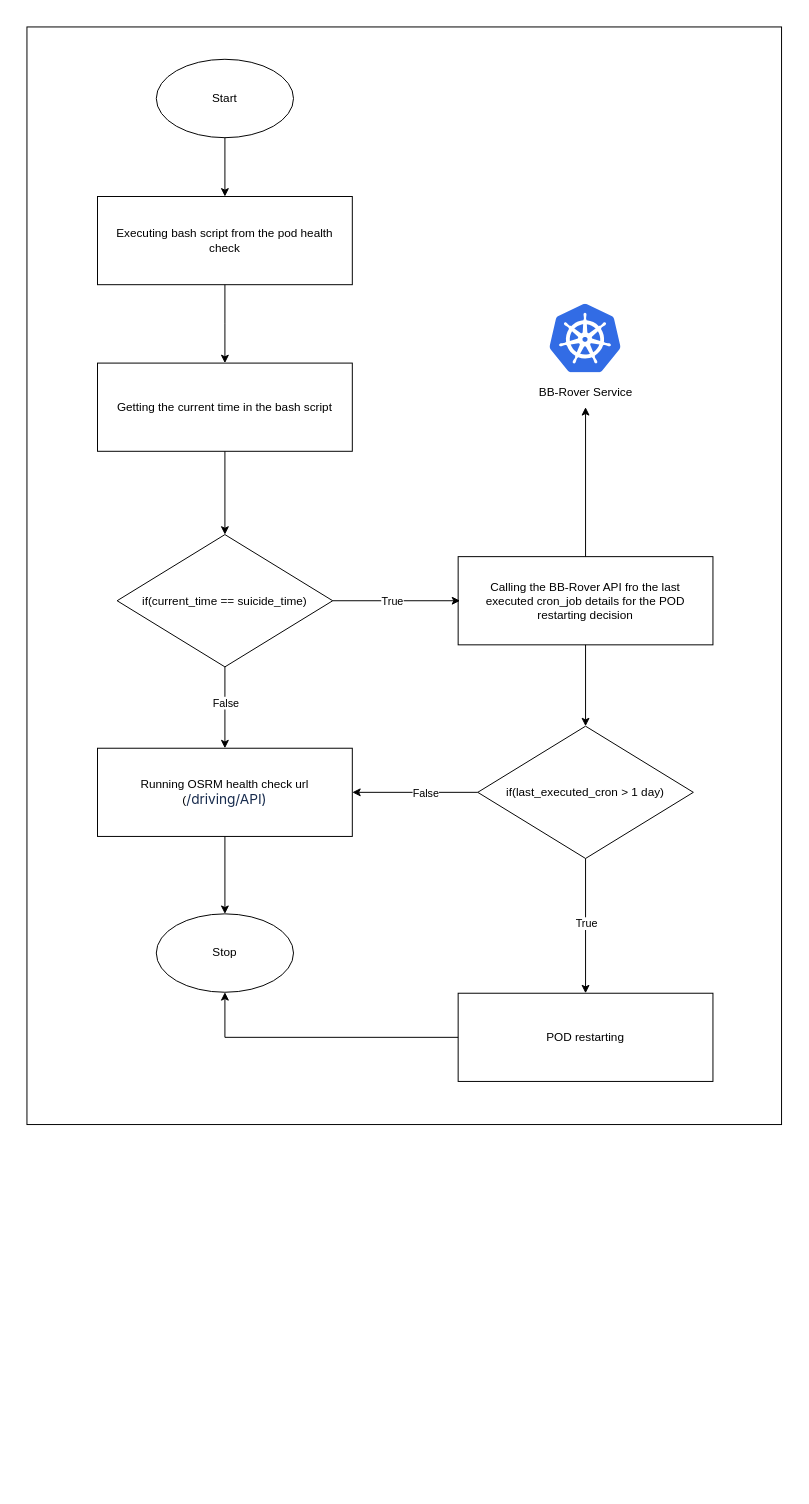
bb-midhunps/diagrams keeps this draw.io diagram as new_osrm_restart.drawio. Above is the earlier version. Source tidied: cells renumbered, new cells numbered last; positions are measured from the earlier drawing's top-left corner, leaving out a move shared by most shapes. Both pictures are drawn from the tidied source at 98%, with x=0, y=0 at pixel (26, 26).
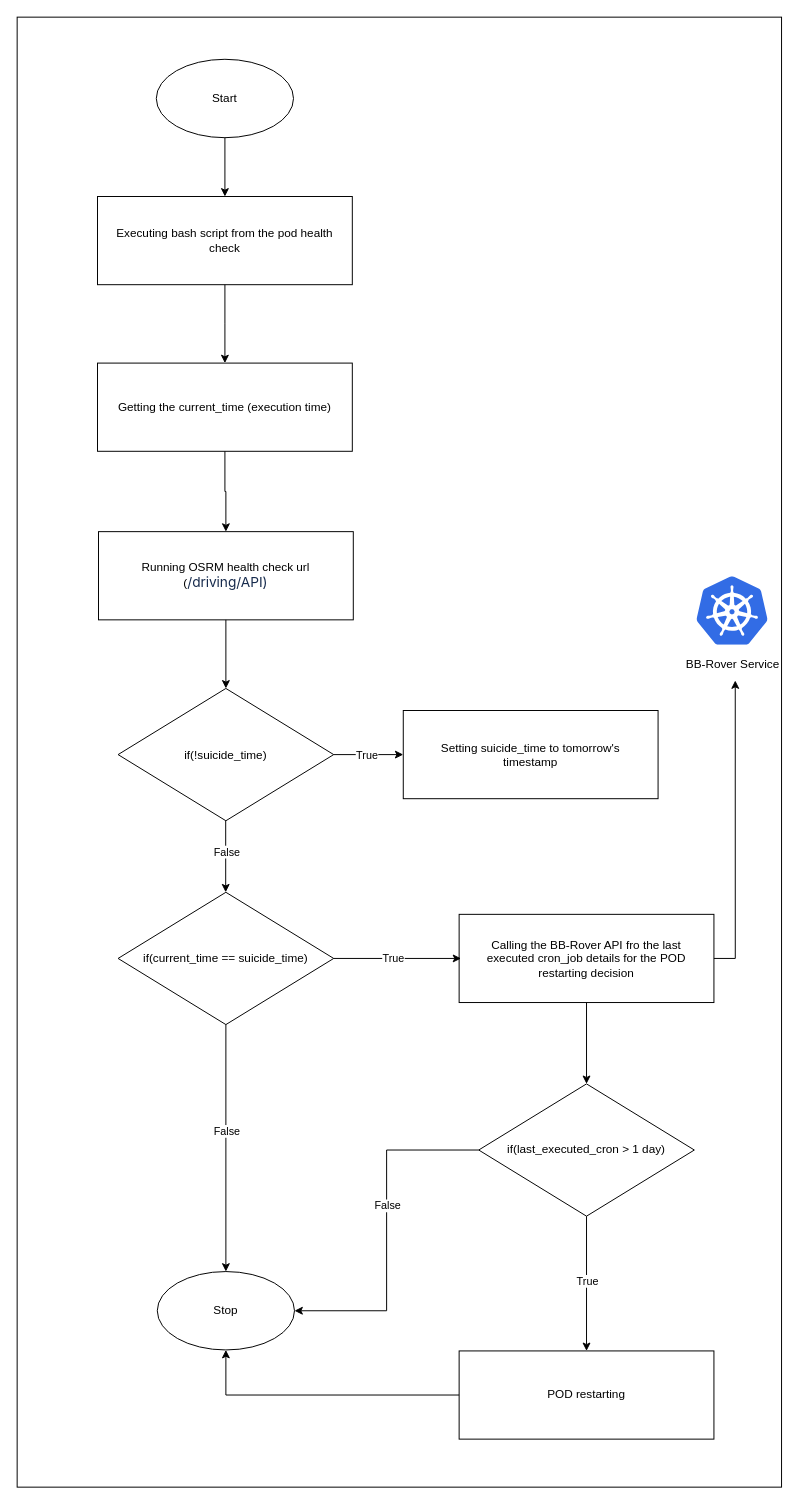
The same page after the edit.

The change refers to these unchanged cells:
```xml
<mxCell id="9" style="whiteSpace=wrap;html=1;fillColor=none;" parent="1" vertex="1">
  <mxGeometry x="72" y="343" width="260" height="90" as="geometry" />
</mxCell>
```

What changed in the source:
```diff
@@
-    <mxCell id="2" style="rounded=0;whiteSpace=wrap;html=1;fillColor=none;" parent="1" vertex="1">
-      <mxGeometry width="770" height="1120" as="geometry" />
-    </mxCell>
+    <mxCell id="34" style="rounded=0;whiteSpace=wrap;html=1;fillColor=none;" parent="1" vertex="1">
+      <mxGeometry x="-10" y="-10" width="780" height="1500" as="geometry" />
+    </mxCell>
@@
-    <mxCell id="8" style="edgeStyle=orthogonalEdgeStyle;rounded=0;jettySize=auto;html=1;" parent="1" edge="1" source="9" target="15">
-      <mxGeometry relative="1" as="geometry" />
-    </mxCell>
+    <mxCell id="35" style="edgeStyle=orthogonalEdgeStyle;rounded=0;jettySize=auto;html=1;exitX=0.5;exitY=1;exitDx=0;exitDy=0;" parent="1" edge="1" source="9" target="44">
+      <mxGeometry relative="1" as="geometry" />
+    </mxCell>
@@
-    <mxCell id="10" value="Getting the current time in the bash script" style="text;html=1;align=center;verticalAlign=middle;whiteSpace=wrap;rounded=0;" parent="1" vertex="1">
+    <mxCell id="10" value="Getting the current_time (execution time)" style="text;html=1;align=center;verticalAlign=middle;whiteSpace=wrap;rounded=0;" parent="1" vertex="1">
       <mxGeometry x="82" y="353" width="240" height="70" as="geometry" />
     </mxCell>
     <mxCell id="11" style="edgeStyle=orthogonalEdgeStyle;rounded=0;jettySize=auto;html=1;" parent="1" edge="1" source="15">
       <mxGeometry relative="1" as="geometry">
-        <mxPoint x="442" y="585.5" as="targetPoint" />
+        <mxPoint x="443" y="950.5" as="targetPoint" />
       </mxGeometry>
     </mxCell>
@@
-    <mxCell id="13" style="edgeStyle=orthogonalEdgeStyle;rounded=0;jettySize=auto;html=1;exitX=0.5;exitY=1;exitDx=0;exitDy=0;entryX=0.5;entryY=0;entryDx=0;entryDy=0;" parent="1" edge="1" source="15" target="32">
+    <mxCell id="13" style="edgeStyle=orthogonalEdgeStyle;rounded=0;jettySize=auto;html=1;exitX=0.5;exitY=1;exitDx=0;exitDy=0;entryX=0.5;entryY=0;entryDx=0;entryDy=0;" parent="1" edge="1" source="15" target="22">
       <mxGeometry relative="1" as="geometry" />
     </mxCell>
@@
     <mxCell id="15" value="if(current_time == suicide_time)" style="rhombus;whiteSpace=wrap;html=1;fillColor=none;" parent="1" vertex="1">
-      <mxGeometry x="92" y="518" width="220" height="135" as="geometry" />
+      <mxGeometry x="93" y="883" width="220" height="135" as="geometry" />
     </mxCell>
     <mxCell id="16" style="image;sketch=0;html=1;align=center;fontSize=12;image=img/lib/mscae/Kubernetes.svg;" parent="1" vertex="1">
-      <mxGeometry x="533.5" y="283" width="72.9" height="70" as="geometry" />
+      <mxGeometry x="683.5" y="561" width="72.9" height="70" as="geometry" />
     </mxCell>
     <mxCell id="17" value="BB-Rover Service" style="text;html=1;align=center;verticalAlign=middle;points=[];strokeColor=none;fillColor=none;" parent="1" vertex="1">
-      <mxGeometry x="510" y="358" width="120" height="30" as="geometry" />
+      <mxGeometry x="660" y="636" width="120" height="30" as="geometry" />
     </mxCell>
-    <mxCell id="18" style="edgeStyle=orthogonalEdgeStyle;rounded=0;jettySize=auto;html=1;exitX=0.5;exitY=0;exitDx=0;exitDy=0;" parent="1" edge="1" source="20" target="17">
-      <mxGeometry relative="1" as="geometry" />
-    </mxCell>
@@
     <mxCell id="20" style="whiteSpace=wrap;html=1;fillColor=none;" parent="1" vertex="1">
-      <mxGeometry x="440" y="540.5" width="260" height="90" as="geometry" />
+      <mxGeometry x="441" y="905.5" width="260" height="90" as="geometry" />
     </mxCell>
     <mxCell id="21" value="Calling the BB-Rover API fro the last executed cron_job details for the POD restarting decision" style="text;html=1;align=center;verticalAlign=middle;whiteSpace=wrap;rounded=0;" parent="1" vertex="1">
-      <mxGeometry x="450" y="550.5" width="240" height="70" as="geometry" />
+      <mxGeometry x="451" y="915.5" width="240" height="70" as="geometry" />
     </mxCell>
     <mxCell id="22" value="Stop" style="ellipse;whiteSpace=wrap;html=1;fillColor=none;" parent="1" vertex="1">
-      <mxGeometry x="132" y="905" width="140" height="80" as="geometry" />
+      <mxGeometry x="133" y="1270" width="140" height="80" as="geometry" />
     </mxCell>
@@
-    <mxCell id="25" style="edgeStyle=orthogonalEdgeStyle;rounded=0;jettySize=auto;html=1;exitX=0;exitY=0.5;exitDx=0;exitDy=0;entryX=1;entryY=0.5;entryDx=0;entryDy=0;" parent="1" edge="1" source="27" target="32">
+    <mxCell id="25" style="edgeStyle=orthogonalEdgeStyle;rounded=0;jettySize=auto;html=1;exitX=0;exitY=0.5;exitDx=0;exitDy=0;entryX=1;entryY=0.5;entryDx=0;entryDy=0;" parent="1" edge="1" source="27" target="22">
       <mxGeometry relative="1" as="geometry" />
     </mxCell>
@@
     <mxCell id="27" value="if(last_executed_cron &amp;gt; 1 day)" style="rhombus;whiteSpace=wrap;html=1;fillColor=none;" parent="1" vertex="1">
-      <mxGeometry x="460" y="713.5" width="220" height="135" as="geometry" />
+      <mxGeometry x="461" y="1078.5" width="220" height="135" as="geometry" />
     </mxCell>
@@
     <mxCell id="29" style="whiteSpace=wrap;html=1;fillColor=none;" parent="1" vertex="1">
-      <mxGeometry x="440" y="986" width="260" height="90" as="geometry" />
+      <mxGeometry x="441" y="1351" width="260" height="90" as="geometry" />
     </mxCell>
     <mxCell id="30" value="POD restarting" style="text;html=1;align=center;verticalAlign=middle;whiteSpace=wrap;rounded=0;" parent="1" vertex="1">
-      <mxGeometry x="450" y="996" width="240" height="70" as="geometry" />
+      <mxGeometry x="451" y="1361" width="240" height="70" as="geometry" />
     </mxCell>
-    <mxCell id="31" style="edgeStyle=orthogonalEdgeStyle;rounded=0;jettySize=auto;html=1;exitX=0.5;exitY=1;exitDx=0;exitDy=0;entryX=0.5;entryY=0;entryDx=0;entryDy=0;" parent="1" edge="1" source="32" target="22">
-      <mxGeometry relative="1" as="geometry" />
-    </mxCell>
-    <mxCell id="32" style="whiteSpace=wrap;html=1;fillColor=none;" parent="1" vertex="1">
-      <mxGeometry x="72" y="736" width="260" height="90" as="geometry" />
-    </mxCell>
+    <mxCell id="36" style="edgeStyle=orthogonalEdgeStyle;rounded=0;orthogonalLoop=1;jettySize=auto;html=1;exitX=0.5;exitY=1;exitDx=0;exitDy=0;entryX=0.5;entryY=0;entryDx=0;entryDy=0;" parent="1" edge="1">
+      <mxGeometry relative="1" as="geometry">
+        <mxPoint x="202.8" y="810" as="sourcePoint" />
+        <mxPoint x="202.8" y="883" as="targetPoint" />
+      </mxGeometry>
+    </mxCell>
+    <mxCell id="37" value="False" style="edgeLabel;html=1;align=center;verticalAlign=middle;" parent="36" vertex="1">
+      <mxGeometry x="-0.14" y="1" relative="1" as="geometry" />
+    </mxCell>
+    <mxCell id="38" style="edgeStyle=orthogonalEdgeStyle;rounded=0;jettySize=auto;html=1;exitX=1;exitY=0.5;exitDx=0;exitDy=0;entryX=0;entryY=0.5;entryDx=0;entryDy=0;" parent="1" edge="1" source="40" target="41">
+      <mxGeometry relative="1" as="geometry" />
+    </mxCell>
+    <mxCell id="39" value="True" style="edgeLabel;html=1;align=center;verticalAlign=middle;" parent="38" vertex="1">
+      <mxGeometry x="-0.08" relative="1" as="geometry" />
+    </mxCell>
+    <mxCell id="40" value="if(!suicide_time)" style="rhombus;whiteSpace=wrap;html=1;fillColor=none;" parent="1" vertex="1">
+      <mxGeometry x="93" y="675" width="220" height="135" as="geometry" />
+    </mxCell>
+    <mxCell id="41" style="whiteSpace=wrap;html=1;fillColor=none;" parent="1" vertex="1">
+      <mxGeometry x="384" y="697.5" width="260" height="90" as="geometry" />
+    </mxCell>
+    <mxCell id="42" value="Setting suicide_time to tomorrow's timestamp" style="text;html=1;align=center;verticalAlign=middle;whiteSpace=wrap;rounded=0;" parent="1" vertex="1">
+      <mxGeometry x="394" y="707.5" width="240" height="70" as="geometry" />
+    </mxCell>
+    <mxCell id="18" style="edgeStyle=orthogonalEdgeStyle;rounded=0;jettySize=auto;html=1;exitX=1;exitY=0.5;exitDx=0;exitDy=0;entryX=0.523;entryY=1.029;entryDx=0;entryDy=0;entryPerimeter=0;" parent="1" edge="1" source="20" target="17">
+      <mxGeometry relative="1" as="geometry" />
+    </mxCell>
+    <mxCell id="43" style="edgeStyle=orthogonalEdgeStyle;rounded=0;jettySize=auto;html=1;exitX=0.5;exitY=1;exitDx=0;exitDy=0;entryX=0.5;entryY=0;entryDx=0;entryDy=0;" parent="1" edge="1" source="44" target="40">
+      <mxGeometry relative="1" as="geometry" />
+    </mxCell>
+    <mxCell id="44" style="whiteSpace=wrap;html=1;fillColor=none;" parent="1" vertex="1">
+      <mxGeometry x="73" y="515" width="260" height="90" as="geometry" />
+    </mxCell>
     <mxCell id="33" value="Running OSRM health check url&lt;div&gt;(&lt;span style=&quot;background-color: rgb(255, 255, 255); color: rgb(23, 43, 77); font-family: -apple-system, BlinkMacSystemFont, &amp;quot;Segoe UI&amp;quot;, Roboto, Oxygen, Ubuntu, &amp;quot;Fira Sans&amp;quot;, &amp;quot;Droid Sans&amp;quot;, &amp;quot;Helvetica Neue&amp;quot;, sans-serif; font-size: 14px; letter-spacing: -0.07px; text-align: start; white-space-collapse: preserve;&quot;&gt;/driving/API)&lt;/span&gt;&lt;/div&gt;" style="text;html=1;align=center;verticalAlign=middle;whiteSpace=wrap;rounded=0;" parent="1" vertex="1">
-      <mxGeometry x="82" y="746" width="240" height="70" as="geometry" />
+      <mxGeometry x="83" y="525" width="240" height="70" as="geometry" />
     </mxCell>
```
